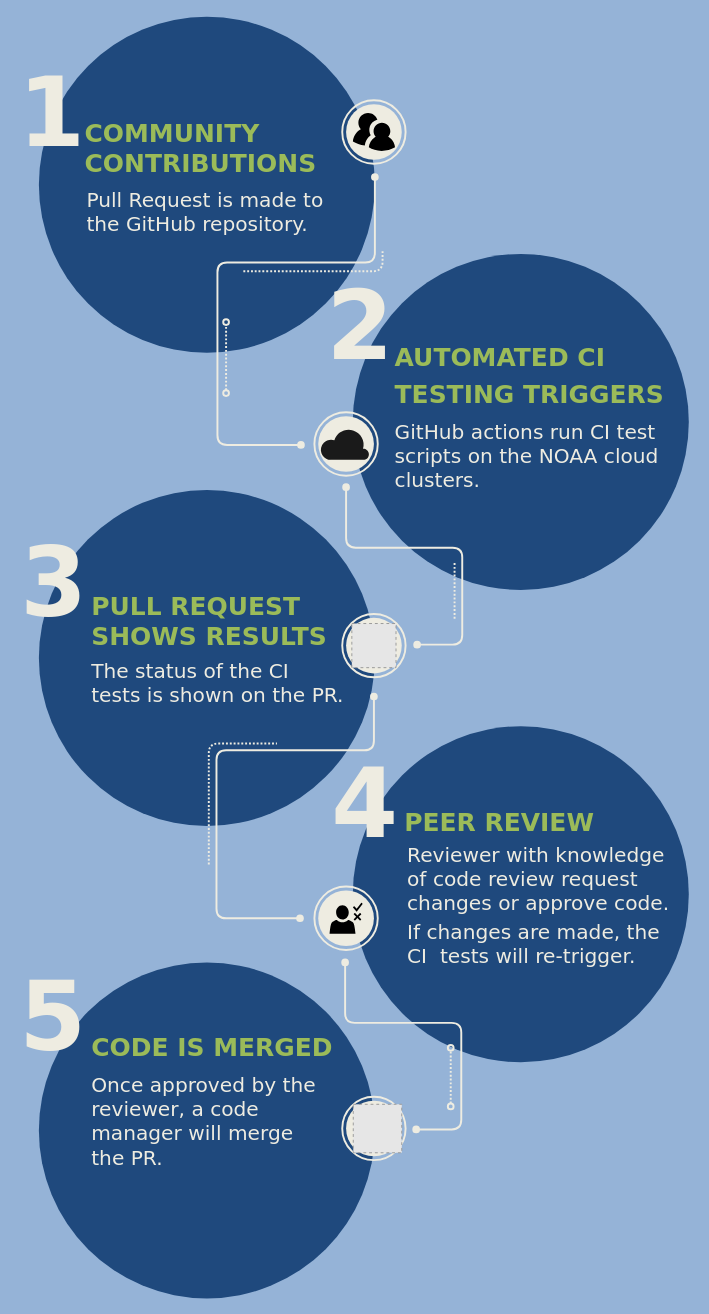
Above: Flowchart1AGU22.drawio in laurenchilutti/draw_io (draw.io), before the change. Source tidied: cells renumbered, new cells numbered last; positions are measured from the earlier drawing's top-left corner, leaving out a move shared by most shapes. Both pictures are drawn from the tidied source at 96%, with x=0, y=0 at pixel (16, 16). Pictures stored in the file or linked from it are replaced by grey dashed boxes.
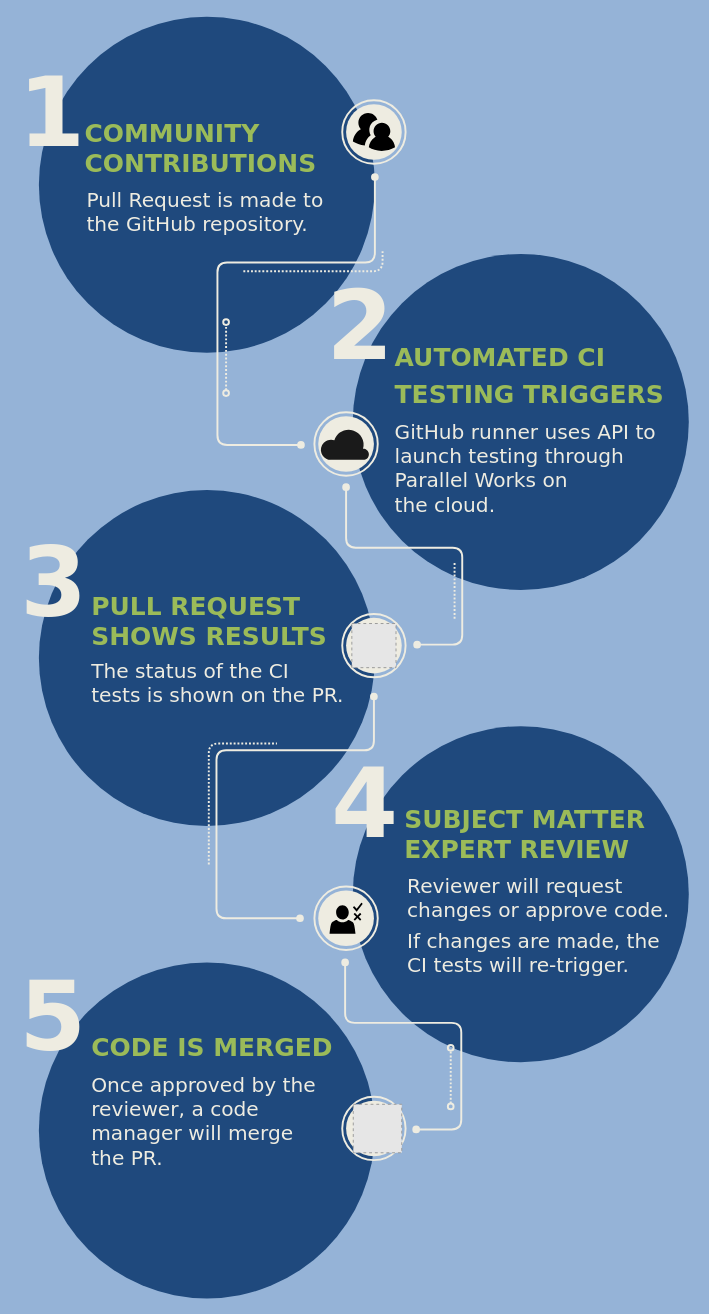
The same page after the edit.

Change to the diagram source:
```diff
@@
-    <mxCell id="15" value="&lt;div style=&quot;line-height: 150%&quot;&gt;&lt;font style=&quot;font-size: 26px;&quot; color=&quot;#9bbb59&quot;&gt;PEER REVIEW&lt;/font&gt;&lt;/div&gt;" style="text;html=1;align=left;verticalAlign=top;spacingTop=-4;fontSize=24;fontFamily=Verdana;fontColor=#DDDDDD;fontStyle=1;" parent="1" vertex="1">
-      <mxGeometry x="402" y="819" width="230" height="40" as="geometry" />
+    <mxCell id="15" value="&lt;font color=&quot;#9bbb59&quot;&gt;&lt;span style=&quot;font-size: 26px;&quot;&gt;SUBJECT MATTER&lt;br&gt;EXPERT REVIEW&lt;br&gt;&lt;/span&gt;&lt;/font&gt;" style="text;html=1;align=left;verticalAlign=top;spacingTop=-4;fontSize=24;fontFamily=Verdana;fontColor=#DDDDDD;fontStyle=1;" parent="1" vertex="1">
+      <mxGeometry x="402" y="819" width="260" height="70" as="geometry" />
     </mxCell>
@@
-    <mxCell id="18" value="&lt;div style=&quot;line-height: 120%; font-size: 21px;&quot;&gt;&lt;font color=&quot;#eeece1&quot; style=&quot;line-height: 120%; font-size: 21px;&quot;&gt;GitHub actions run CI test&lt;/font&gt;&lt;/div&gt;&lt;div style=&quot;line-height: 120%; font-size: 21px;&quot;&gt;&lt;font color=&quot;#eeece1&quot; style=&quot;line-height: 120%; font-size: 21px;&quot;&gt;scripts&amp;nbsp;&lt;/font&gt;&lt;span style=&quot;color: rgb(238, 236, 225); background-color: initial;&quot;&gt;on the NOAA cloud&lt;/span&gt;&lt;/div&gt;&lt;div style=&quot;line-height: 120%; font-size: 21px;&quot;&gt;&lt;span style=&quot;color: rgb(238, 236, 225); background-color: initial;&quot;&gt;clusters.&lt;/span&gt;&lt;/div&gt;" style="text;align=left;verticalAlign=top;spacingTop=-4;fontSize=16;fontFamily=Verdana;fontColor=#888888;html=1;" parent="1" vertex="1">
-      <mxGeometry x="392" y="418" width="300" height="80" as="geometry" />
+    <mxCell id="18" value="&lt;div style=&quot;line-height: 120%; font-size: 21px;&quot;&gt;&lt;font color=&quot;#eeece1&quot; style=&quot;line-height: 120%; font-size: 21px;&quot;&gt;GitHub runner uses API to&lt;/font&gt;&lt;/div&gt;&lt;div style=&quot;line-height: 120%; font-size: 21px;&quot;&gt;&lt;font color=&quot;#eeece1&quot; style=&quot;line-height: 120%; font-size: 21px;&quot;&gt;launch&amp;nbsp;&lt;/font&gt;&lt;span style=&quot;color: rgb(238, 236, 225); background-color: initial;&quot;&gt;testing through&lt;/span&gt;&lt;/div&gt;&lt;div style=&quot;line-height: 120%; font-size: 21px;&quot;&gt;&lt;span style=&quot;color: rgb(238, 236, 225); background-color: initial;&quot;&gt;Parallel Works&amp;nbsp;&lt;/span&gt;&lt;span style=&quot;background-color: initial; color: rgb(238, 236, 225);&quot;&gt;on&lt;/span&gt;&lt;/div&gt;&lt;div style=&quot;line-height: 120%; font-size: 21px;&quot;&gt;&lt;span style=&quot;background-color: initial; color: rgb(238, 236, 225);&quot;&gt;the cloud&lt;/span&gt;&lt;span style=&quot;background-color: initial; color: rgb(238, 236, 225);&quot;&gt;.&lt;/span&gt;&lt;/div&gt;" style="text;align=left;verticalAlign=top;spacingTop=-4;fontSize=16;fontFamily=Verdana;fontColor=#888888;html=1;" parent="1" vertex="1">
+      <mxGeometry x="392" y="418" width="300" height="110" as="geometry" />
     </mxCell>
@@
-    <mxCell id="20" value="&lt;font style=&quot;font-size: 21px;&quot; color=&quot;#eeece1&quot;&gt;Reviewer with knowledge&lt;br&gt;of&amp;nbsp;code review request&lt;br&gt;changes or approve code.&lt;br&gt;&lt;/font&gt;" style="text;html=1;align=left;verticalAlign=top;spacingTop=-4;fontSize=16;fontColor=#888888;fontFamily=Verdana;" parent="1" vertex="1">
-      <mxGeometry x="405" y="859" width="300" height="80" as="geometry" />
+    <mxCell id="20" value="&lt;font style=&quot;font-size: 21px;&quot; color=&quot;#eeece1&quot;&gt;Reviewer&amp;nbsp;will request&lt;br&gt;changes or approve code.&lt;br&gt;&lt;/font&gt;" style="text;html=1;align=left;verticalAlign=top;spacingTop=-4;fontSize=16;fontColor=#888888;fontFamily=Verdana;" parent="1" vertex="1">
+      <mxGeometry x="405" y="891" width="240" height="60" as="geometry" />
     </mxCell>
@@
-    <mxCell id="52" value="&lt;font style=&quot;font-size: 21px;&quot; color=&quot;#eeece1&quot;&gt;If changes are made, the&lt;br&gt;CI&amp;nbsp; tests will re-trigger.&lt;br&gt;&lt;/font&gt;" style="text;html=1;align=left;verticalAlign=top;spacingTop=-4;fontSize=16;fontColor=#888888;fontFamily=Verdana;" parent="1" vertex="1">
-      <mxGeometry x="405" y="939" width="290" height="60" as="geometry" />
+    <mxCell id="52" value="&lt;font style=&quot;font-size: 21px;&quot; color=&quot;#eeece1&quot;&gt;If changes are made, the&lt;br&gt;CI tests will re-trigger.&lt;br&gt;&lt;/font&gt;" style="text;html=1;align=left;verticalAlign=top;spacingTop=-4;fontSize=16;fontColor=#888888;fontFamily=Verdana;" parent="1" vertex="1">
+      <mxGeometry x="405" y="948" width="230" height="60" as="geometry" />
     </mxCell>
```
